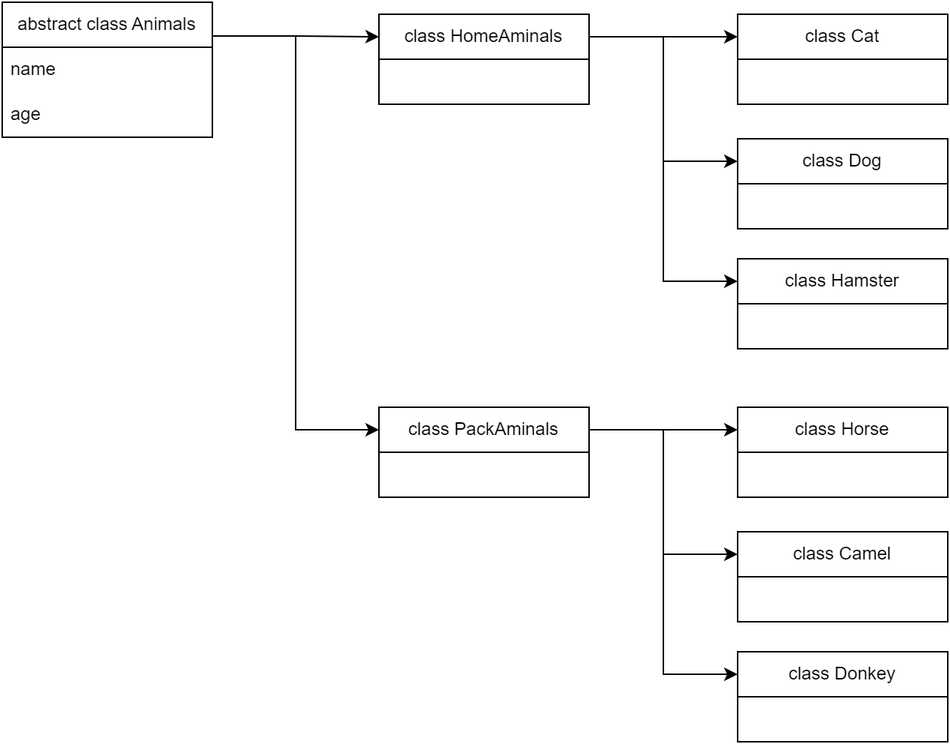
Above: Diagramm-Class.png in Pavel-Pokalnetov/Final_work_specialization_block (draw.io), before the change. Source tidied: cells renumbered, new cells last; positions are measured from the earlier drawing's top-left corner, leaving out a move shared by most shapes.
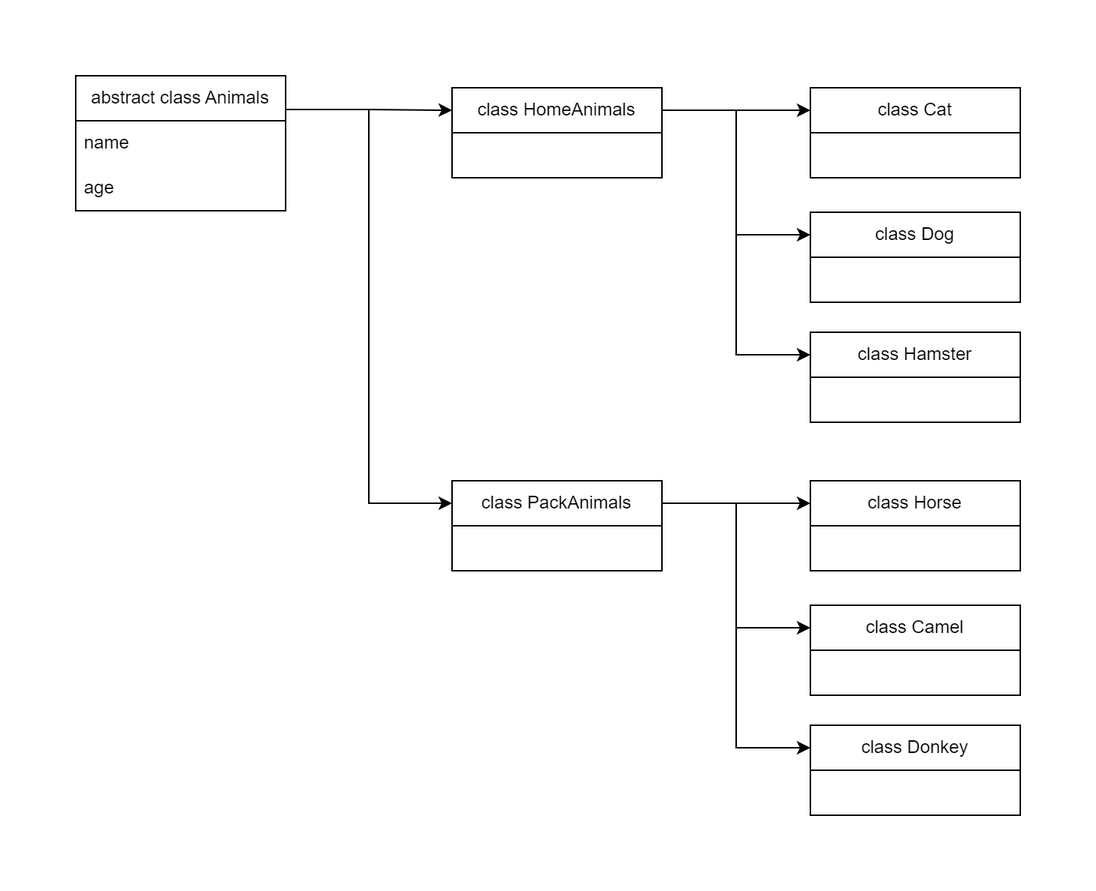
Above is the later version.

The edit, as a diff of the source:
```diff
@@ -20,7 +20,7 @@
     <mxCell id="7" style="edgeStyle=orthogonalEdgeStyle;rounded=0;jettySize=auto;html=1;exitX=1;exitY=0.25;exitDx=0;exitDy=0;entryX=0;entryY=0.25;entryDx=0;entryDy=0;" parent="1" edge="1" source="8" target="13">
       <mxGeometry relative="1" as="geometry" />
     </mxCell>
-    <mxCell id="8" value="class HomeAminals" style="swimlane;fontStyle=0;horizontal=1;startSize=30;whiteSpace=wrap;html=1;" parent="1" vertex="1">
+    <mxCell id="8" value="class HomeAnimals" style="swimlane;fontStyle=0;horizontal=1;startSize=30;whiteSpace=wrap;html=1;" parent="1" vertex="1">
       <mxGeometry x="251" y="8" width="140" height="60" as="geometry" />
     </mxCell>
     <mxCell id="9" style="edgeStyle=orthogonalEdgeStyle;rounded=0;jettySize=auto;html=1;exitX=1;exitY=0.25;exitDx=0;exitDy=0;entryX=0;entryY=0.25;entryDx=0;entryDy=0;" parent="1" edge="1" source="12" target="18">
@@ -32,7 +32,7 @@
     <mxCell id="11" style="edgeStyle=orthogonalEdgeStyle;rounded=0;jettySize=auto;html=1;exitX=1;exitY=0.25;exitDx=0;exitDy=0;entryX=0;entryY=0.25;entryDx=0;entryDy=0;" parent="1" edge="1" source="12" target="20">
       <mxGeometry relative="1" as="geometry" />
     </mxCell>
-    <mxCell id="12" value="class PackAminals" style="swimlane;fontStyle=0;horizontal=1;startSize=30;whiteSpace=wrap;html=1;" parent="1" vertex="1">
+    <mxCell id="12" value="class PackAnimals" style="swimlane;fontStyle=0;horizontal=1;startSize=30;whiteSpace=wrap;html=1;" parent="1" vertex="1">
       <mxGeometry x="251" y="270" width="140" height="60" as="geometry" />
     </mxCell>
     <mxCell id="13" value="class Cat" style="swimlane;fontStyle=0;horizontal=1;startSize=30;whiteSpace=wrap;html=1;" parent="1" vertex="1">
```
